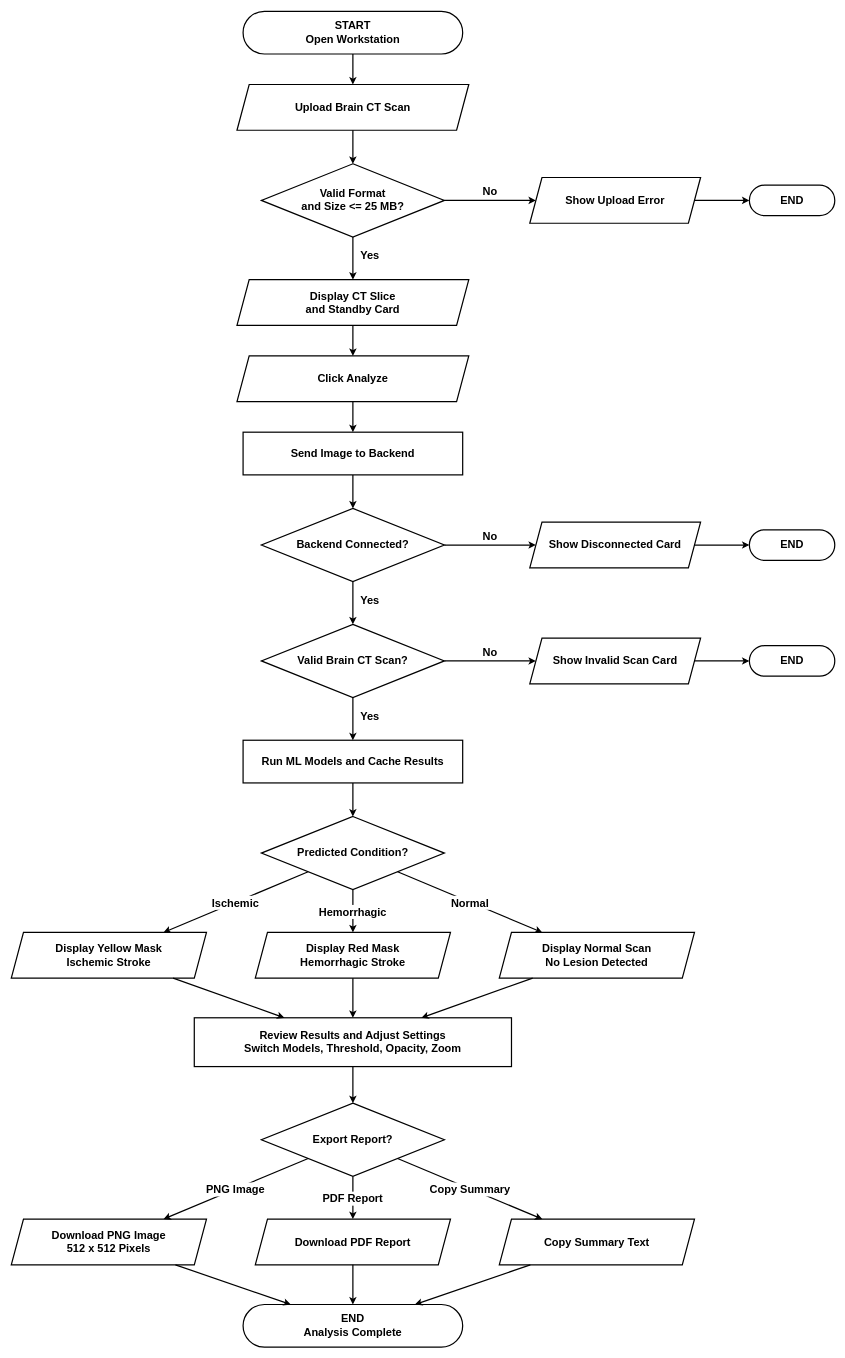
Cell1991/nu-stroke-scan keeps this draw.io diagram as page "Desktop Workflow" (1 of 2) of workflow-flowchart.drawio. Above is the earlier version. Source tidied: cells renumbered, new cells numbered last; positions are measured from the earlier drawing's top-left corner, leaving out a move shared by most shapes. Both pictures are drawn from the tidied source at 61%, with x=0, y=0 at pixel (11, 11).
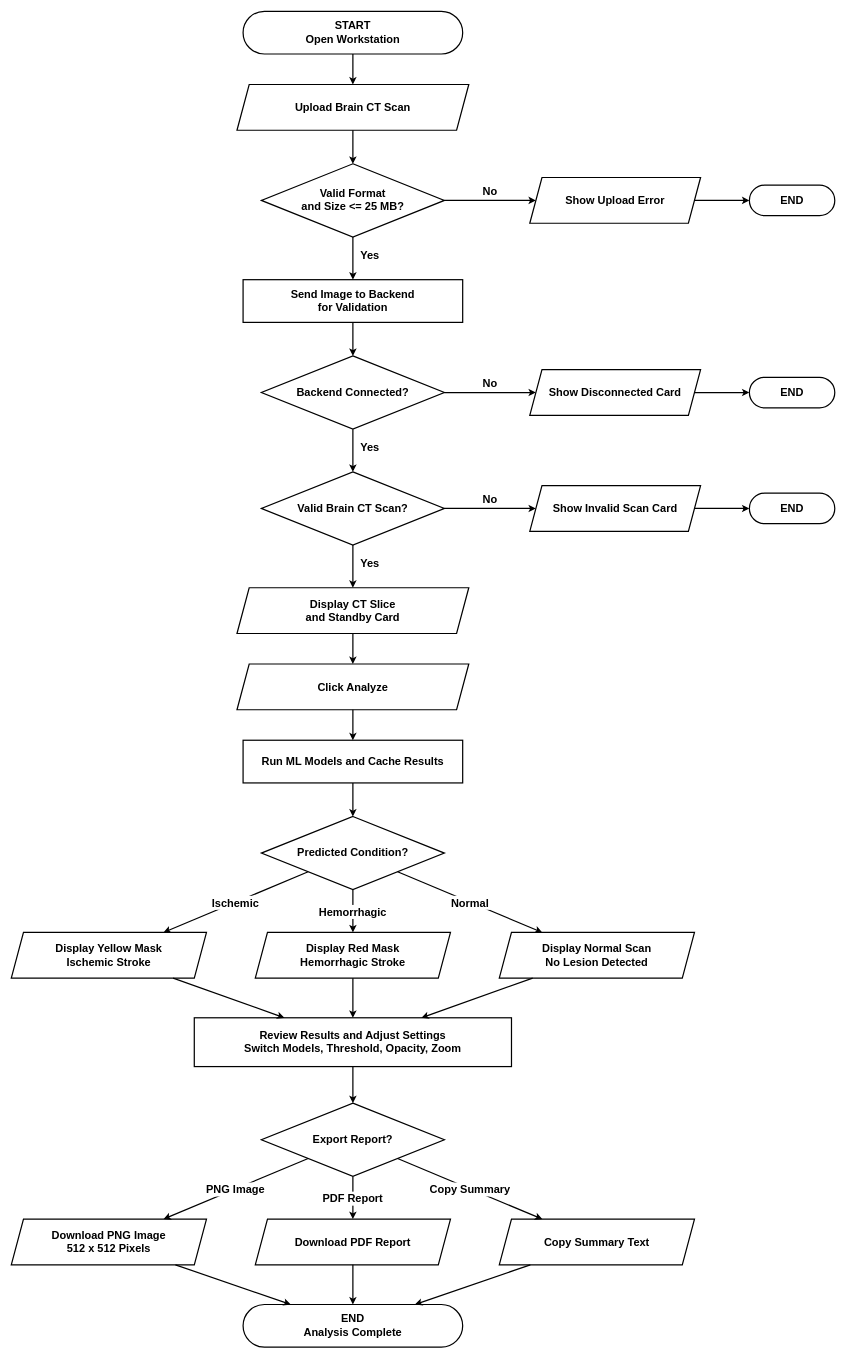
Above is the later version.

The change refers to these unchanged cells:
```xml
<mxCell id="4" value="Valid Format&#10;and Size &lt;= 25 MB?" style="rhombus;whiteSpace=wrap;html=1;fillColor=#FFFFFF;strokeColor=#000000;strokeWidth=2;fontColor=#000000;fontFamily=Arial,Helvetica,sans-serif;fontStyle=1;fontSize=18;" parent="1" vertex="1">
  <mxGeometry x="410" y="250" width="300" height="120" as="geometry" />
</mxCell>
<mxCell id="16" value="Run ML Models and Cache Results" style="rounded=0;whiteSpace=wrap;html=1;fillColor=#FFFFFF;strokeColor=#000000;strokeWidth=2;fontColor=#000000;fontFamily=Arial,Helvetica,sans-serif;fontStyle=1;fontSize=18;" parent="1" vertex="1">
  <mxGeometry x="380" y="1195" width="360" height="70" as="geometry" />
</mxCell>
```

Change to the diagram source:
```diff
@@
     <mxCell id="7" value="Display CT Slice&#10;and Standby Card" style="shape=parallelogram;perimeter=parallelogramPerimeter;whiteSpace=wrap;html=1;fixedSize=1;fillColor=#FFFFFF;strokeColor=#000000;strokeWidth=2;fontColor=#000000;fontFamily=Arial,Helvetica,sans-serif;fontStyle=1;fontSize=18;" parent="1" vertex="1">
-      <mxGeometry x="370" y="440" width="380" height="75" as="geometry" />
+      <mxGeometry x="370" y="945" width="380" height="75" as="geometry" />
     </mxCell>
     <mxCell id="8" value="Click Analyze" style="shape=parallelogram;perimeter=parallelogramPerimeter;whiteSpace=wrap;html=1;fixedSize=1;fillColor=#FFFFFF;strokeColor=#000000;strokeWidth=2;fontColor=#000000;fontFamily=Arial,Helvetica,sans-serif;fontStyle=1;fontSize=18;" parent="1" vertex="1">
-      <mxGeometry x="370" y="565" width="380" height="75" as="geometry" />
+      <mxGeometry x="370" y="1070" width="380" height="75" as="geometry" />
     </mxCell>
-    <mxCell id="9" value="Send Image to Backend" style="rounded=0;whiteSpace=wrap;html=1;fillColor=#FFFFFF;strokeColor=#000000;strokeWidth=2;fontColor=#000000;fontFamily=Arial,Helvetica,sans-serif;fontStyle=1;fontSize=18;" parent="1" vertex="1">
-      <mxGeometry x="380" y="690" width="360" height="70" as="geometry" />
+    <mxCell id="9" value="Send Image to Backend&#10;for Validation" style="rounded=0;whiteSpace=wrap;html=1;fillColor=#FFFFFF;strokeColor=#000000;strokeWidth=2;fontColor=#000000;fontFamily=Arial,Helvetica,sans-serif;fontStyle=1;fontSize=18;" parent="1" vertex="1">
+      <mxGeometry x="380" y="440" width="360" height="70" as="geometry" />
     </mxCell>
     <mxCell id="10" value="Backend Connected?" style="rhombus;whiteSpace=wrap;html=1;fillColor=#FFFFFF;strokeColor=#000000;strokeWidth=2;fontColor=#000000;fontFamily=Arial,Helvetica,sans-serif;fontStyle=1;fontSize=18;" parent="1" vertex="1">
-      <mxGeometry x="410" y="815" width="300" height="120" as="geometry" />
+      <mxGeometry x="410" y="565" width="300" height="120" as="geometry" />
     </mxCell>
     <mxCell id="11" value="Show Disconnected Card" style="shape=parallelogram;perimeter=parallelogramPerimeter;whiteSpace=wrap;html=1;fixedSize=1;fillColor=#FFFFFF;strokeColor=#000000;strokeWidth=2;fontColor=#000000;fontFamily=Arial,Helvetica,sans-serif;fontStyle=1;fontSize=18;" parent="1" vertex="1">
-      <mxGeometry x="850" y="837.5" width="280" height="75" as="geometry" />
+      <mxGeometry x="850" y="587.5" width="280" height="75" as="geometry" />
     </mxCell>
     <mxCell id="12" value="END" style="rounded=1;whiteSpace=wrap;html=1;arcSize=50;fillColor=#FFFFFF;strokeColor=#000000;strokeWidth=2;fontColor=#000000;fontFamily=Arial,Helvetica,sans-serif;fontStyle=1;fontSize=18;" parent="1" vertex="1">
-      <mxGeometry x="1210" y="850" width="140" height="50" as="geometry" />
+      <mxGeometry x="1210" y="600" width="140" height="50" as="geometry" />
     </mxCell>
     <mxCell id="13" value="Valid Brain CT Scan?" style="rhombus;whiteSpace=wrap;html=1;fillColor=#FFFFFF;strokeColor=#000000;strokeWidth=2;fontColor=#000000;fontFamily=Arial,Helvetica,sans-serif;fontStyle=1;fontSize=18;" parent="1" vertex="1">
-      <mxGeometry x="410" y="1005" width="300" height="120" as="geometry" />
+      <mxGeometry x="410" y="755" width="300" height="120" as="geometry" />
     </mxCell>
     <mxCell id="14" value="Show Invalid Scan Card" style="shape=parallelogram;perimeter=parallelogramPerimeter;whiteSpace=wrap;html=1;fixedSize=1;fillColor=#FFFFFF;strokeColor=#000000;strokeWidth=2;fontColor=#000000;fontFamily=Arial,Helvetica,sans-serif;fontStyle=1;fontSize=18;" parent="1" vertex="1">
-      <mxGeometry x="850" y="1027.5" width="280" height="75" as="geometry" />
+      <mxGeometry x="850" y="777.5" width="280" height="75" as="geometry" />
     </mxCell>
     <mxCell id="15" value="END" style="rounded=1;whiteSpace=wrap;html=1;arcSize=50;fillColor=#FFFFFF;strokeColor=#000000;strokeWidth=2;fontColor=#000000;fontFamily=Arial,Helvetica,sans-serif;fontStyle=1;fontSize=18;" parent="1" vertex="1">
-      <mxGeometry x="1210" y="1040" width="140" height="50" as="geometry" />
+      <mxGeometry x="1210" y="790" width="140" height="50" as="geometry" />
     </mxCell>
@@
-    <mxCell id="31" value="Yes" style="strokeColor=#000000;strokeWidth=2;fontSize=18;fontStyle=1;fontFamily=Arial,Helvetica,sans-serif;fontColor=#000000;labelBackgroundColor=#FFFFFF;labelBorderColor=none;" parent="1" edge="1" source="4" target="7">
+    <mxCell id="31" value="Yes" style="strokeColor=#000000;strokeWidth=2;fontSize=18;fontStyle=1;fontFamily=Arial,Helvetica,sans-serif;fontColor=#000000;labelBackgroundColor=#FFFFFF;labelBorderColor=none;" parent="1" edge="1" source="4" target="9">
       <mxGeometry relative="1" as="geometry">
         <mxPoint x="28" y="-6" as="offset" />
       </mxGeometry>
     </mxCell>
@@
-    <mxCell id="33" style="strokeColor=#000000;strokeWidth=2;" parent="1" edge="1" source="8" target="9">
+    <mxCell id="33" style="strokeColor=#000000;strokeWidth=2;" parent="1" edge="1" source="8" target="16">
       <mxGeometry relative="1" as="geometry" />
     </mxCell>
@@
-    <mxCell id="40" value="Yes" style="strokeColor=#000000;strokeWidth=2;fontSize=18;fontStyle=1;fontFamily=Arial,Helvetica,sans-serif;fontColor=#000000;labelBackgroundColor=#FFFFFF;labelBorderColor=none;" parent="1" edge="1" source="13" target="16">
+    <mxCell id="40" value="Yes" style="strokeColor=#000000;strokeWidth=2;fontSize=18;fontStyle=1;fontFamily=Arial,Helvetica,sans-serif;fontColor=#000000;labelBackgroundColor=#FFFFFF;labelBorderColor=none;" parent="1" edge="1" source="13" target="7">
       <mxGeometry relative="1" as="geometry">
         <mxPoint x="28" y="-6" as="offset" />
       </mxGeometry>
     </mxCell>
```
